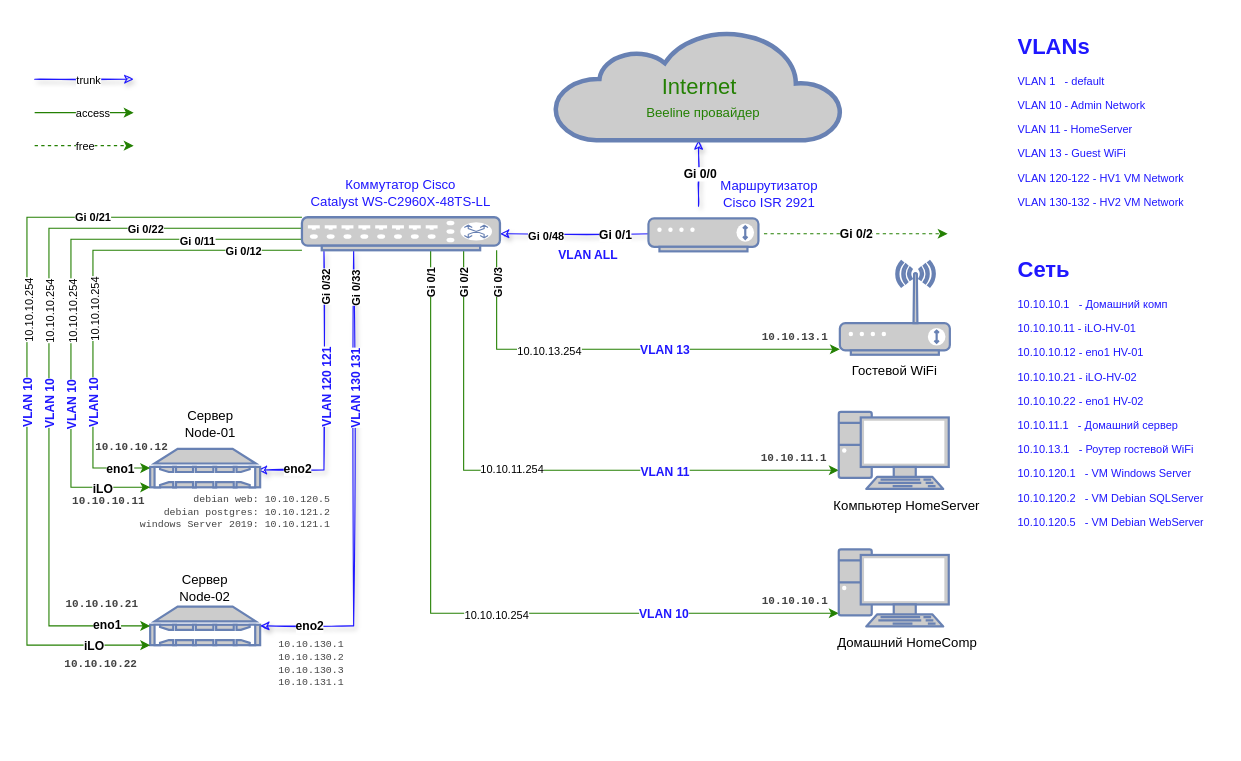
Earlier version of the draw.io diagram data-center-network/DCNetwork.drawio (drakulitka/diagrams). Source tidied: cells renumbered, new cells numbered last; positions are measured from the earlier drawing's top-left corner, leaving out a move shared by most shapes. Both pictures are drawn from the tidied source at 110%, with x=0, y=0 at pixel (26, 30).
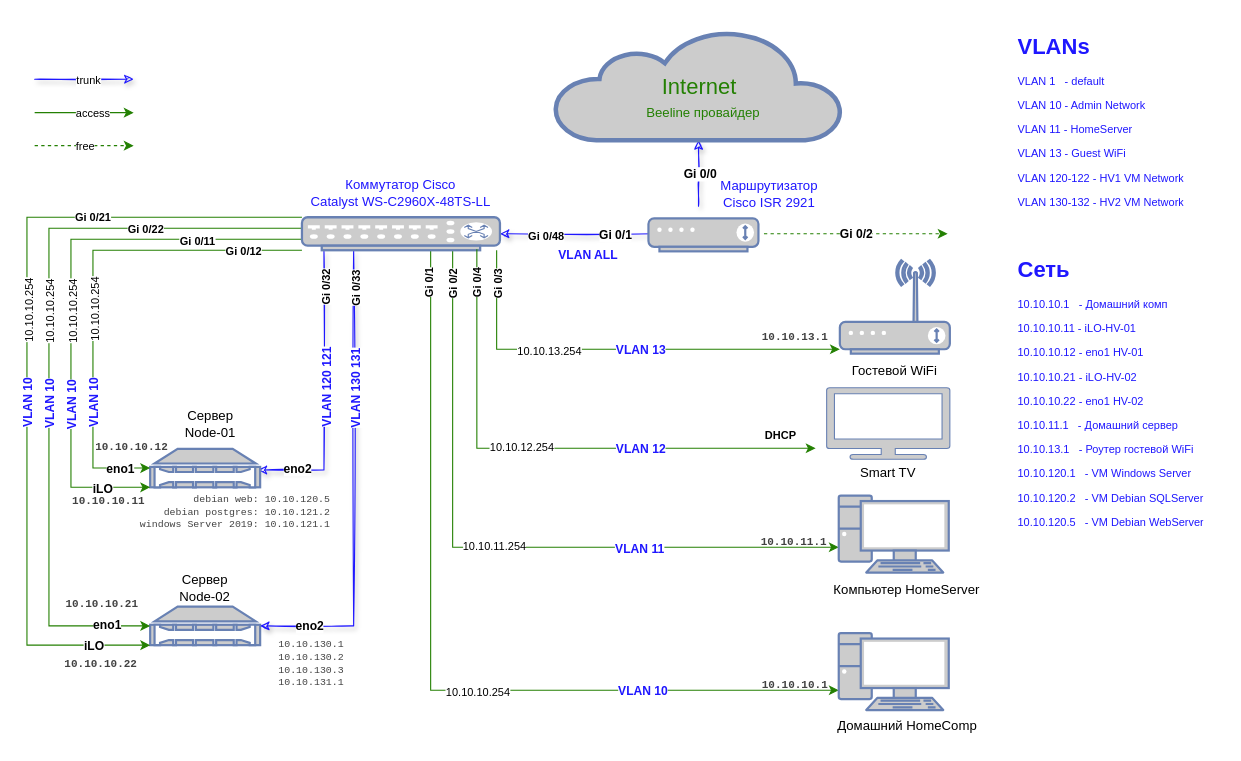
Above is the later version.

Commit message:
Add SmartTV VLAN

The change refers to these unchanged cells:
```xml
<mxCell id="8" style="edgeStyle=orthogonalEdgeStyle;rounded=0;jettySize=auto;html=1;strokeColor=#248003;" parent="1" edge="1" source="76" target="29">
  <mxGeometry relative="1" as="geometry">
    <Array as="points">
      <mxPoint x="427" y="290" />
    </Array>
  </mxGeometry>
</mxCell>
<mxCell id="76" style="fontColor=#0066CC;verticalAlign=top;verticalLabelPosition=bottom;labelPosition=center;align=center;html=1;outlineConnect=0;fillColor=#CCCCCC;strokeColor=#6881B3;gradientColor=none;gradientDirection=north;strokeWidth=2;shape=mxgraph.networks.switch;" parent="1" vertex="1">
  <mxGeometry x="250" y="170" width="180" height="30" as="geometry" />
</mxCell>
```

What changed in the source:
```diff
@@
     <mxCell id="9" value="&lt;font style=&quot;font-size: 10px&quot;&gt;Gi 0/3&lt;/font&gt;" style="edgeLabel;html=1;align=center;verticalAlign=middle;fontStyle=1;horizontal=0;" parent="8" vertex="1">
       <mxGeometry x="-0.14" y="-2" relative="1" as="geometry">
-        <mxPoint x="-83" y="-61" as="offset" />
+        <mxPoint x="-83" y="-60" as="offset" />
       </mxGeometry>
     </mxCell>
     <mxCell id="10" value="VLAN 13" style="edgeLabel;html=1;align=center;verticalAlign=middle;fontSize=11;fontColor=#1F17FF;fontStyle=1;" parent="8" vertex="1">
       <mxGeometry x="0.32" y="-1" relative="1" as="geometry">
-        <mxPoint x="-23" y="-1" as="offset" />
+        <mxPoint x="-45" y="-1" as="offset" />
       </mxGeometry>
     </mxCell>
@@
     <mxCell id="13" style="edgeStyle=orthogonalEdgeStyle;rounded=0;jettySize=auto;html=1;strokeColor=#248003;" parent="1" edge="1" source="76" target="27">
       <mxGeometry relative="1" as="geometry">
         <Array as="points">
-          <mxPoint x="397" y="400" />
+          <mxPoint x="387" y="470" />
         </Array>
       </mxGeometry>
     </mxCell>
     <mxCell id="14" value="&lt;font style=&quot;font-size: 10px&quot;&gt;Gi 0/2&lt;/font&gt;" style="edgeLabel;html=1;align=center;verticalAlign=middle;fontStyle=1;horizontal=0;" parent="13" vertex="1">
       <mxGeometry y="2" relative="1" as="geometry">
-        <mxPoint x="-72" y="-167" as="offset" />
+        <mxPoint x="-42" y="-236" as="offset" />
       </mxGeometry>
     </mxCell>
@@
     <mxCell id="16" value="10.10.11.254" style="edgeLabel;html=1;align=center;verticalAlign=middle;fontSize=10;" parent="13" vertex="1">
-      <mxGeometry x="-0.1" y="2" relative="1" as="geometry" />
+      <mxGeometry x="-0.1" y="2" relative="1" as="geometry">
+        <mxPoint x="28" as="offset" />
+      </mxGeometry>
     </mxCell>
     <mxCell id="17" style="edgeStyle=orthogonalEdgeStyle;rounded=0;jettySize=auto;html=1;strokeColor=#248003;" parent="1" edge="1" source="76" target="28">
       <mxGeometry relative="1" as="geometry">
         <Array as="points">
-          <mxPoint x="367" y="530" />
+          <mxPoint x="367" y="600" />
         </Array>
       </mxGeometry>
     </mxCell>
     <mxCell id="18" value="&lt;font style=&quot;font-size: 10px&quot;&gt;Gi 0/1&lt;/font&gt;" style="edgeLabel;html=1;align=center;verticalAlign=middle;fontStyle=1;horizontal=0;" parent="17" vertex="1">
       <mxGeometry x="0.08" y="1" relative="1" as="geometry">
-        <mxPoint x="-50" y="-298" as="offset" />
+        <mxPoint x="-18" y="-368" as="offset" />
       </mxGeometry>
     </mxCell>
     <mxCell id="19" value="VLAN 10" style="edgeLabel;html=1;align=center;verticalAlign=middle;fontSize=11;fontColor=#1F17FF;fontStyle=1;" parent="17" vertex="1">
       <mxGeometry x="0.57" relative="1" as="geometry">
-        <mxPoint x="-9" as="offset" />
+        <mxPoint x="-13" as="offset" />
       </mxGeometry>
     </mxCell>
     <mxCell id="20" value="10.10.10.254" style="edgeLabel;html=1;align=center;verticalAlign=middle;fontSize=10;" parent="17" vertex="1">
-      <mxGeometry x="0.11" y="-1" relative="1" as="geometry" />
+      <mxGeometry x="0.11" y="-1" relative="1" as="geometry">
+        <mxPoint x="14" as="offset" />
+      </mxGeometry>
     </mxCell>
@@
     <mxCell id="27" style="fontColor=#0066CC;verticalAlign=top;verticalLabelPosition=bottom;labelPosition=center;align=center;html=1;outlineConnect=0;fillColor=#CCCCCC;strokeColor=#6881B3;gradientColor=none;gradientDirection=north;strokeWidth=2;shape=mxgraph.networks.pc;" parent="1" vertex="1">
-      <mxGeometry x="738" y="347" width="100" height="70" as="geometry" />
+      <mxGeometry x="738" y="423" width="100" height="70" as="geometry" />
     </mxCell>
     <mxCell id="28" style="fontColor=#0066CC;verticalAlign=top;verticalLabelPosition=bottom;labelPosition=center;align=center;html=1;outlineConnect=0;fillColor=#CCCCCC;strokeColor=#6881B3;gradientColor=none;gradientDirection=north;strokeWidth=2;shape=mxgraph.networks.pc;" parent="1" vertex="1">
-      <mxGeometry x="738" y="472" width="100" height="70" as="geometry" />
+      <mxGeometry x="738" y="548" width="100" height="70" as="geometry" />
     </mxCell>
     <mxCell id="29" style="fontColor=#0066CC;verticalAlign=top;verticalLabelPosition=bottom;labelPosition=center;align=center;html=1;outlineConnect=0;fillColor=#CCCCCC;strokeColor=#6881B3;gradientColor=none;gradientDirection=north;strokeWidth=2;shape=mxgraph.networks.wireless_modem;" parent="1" vertex="1">
-      <mxGeometry x="739" y="210" width="100" height="85" as="geometry" />
+      <mxGeometry x="739" y="209" width="100" height="85" as="geometry" />
     </mxCell>
@@
     <mxCell id="32" value="Домашний HomeComp" style="text;html=1;strokeColor=none;fillColor=none;align=center;verticalAlign=middle;whiteSpace=wrap;rounded=0;" parent="1" vertex="1">
-      <mxGeometry x="729" y="542" width="143" height="30" as="geometry" />
+      <mxGeometry x="729" y="618" width="143" height="30" as="geometry" />
     </mxCell>
     <mxCell id="33" value="&lt;div&gt;Компьютер HomeServer&lt;/div&gt;" style="text;html=1;strokeColor=none;fillColor=none;align=center;verticalAlign=middle;whiteSpace=wrap;rounded=0;" parent="1" vertex="1">
-      <mxGeometry x="715" y="418" width="170" height="30" as="geometry" />
+      <mxGeometry x="715" y="494" width="170" height="30" as="geometry" />
     </mxCell>
@@
     <mxCell id="35" value="&lt;div style=&quot;font-size: 10px;&quot;&gt;&lt;font style=&quot;font-size: 10px;&quot;&gt;&lt;span style=&quot;font-family: &amp;quot;source code pro&amp;quot;, monospace; color: rgb(66, 66, 66); background-color: transparent; font-style: normal; font-variant: normal; text-decoration: none; vertical-align: baseline; font-size: 10px;&quot; id=&quot;docs-internal-guid-bd31c3f7-7fff-add3-67a0-b06b6ec8103c&quot;&gt;&lt;/span&gt;&lt;span style=&quot;font-family: &amp;quot;source code pro&amp;quot;, monospace; color: rgb(66, 66, 66); background-color: transparent; font-style: normal; font-variant: normal; text-decoration: none; vertical-align: baseline; font-size: 10px;&quot; id=&quot;docs-internal-guid-bd31c3f7-7fff-add3-67a0-b06b6ec8103c&quot;&gt;10.10.10.1&lt;/span&gt;&lt;/font&gt;&lt;/div&gt;" style="text;html=1;align=center;verticalAlign=middle;strokeColor=none;fillColor=none;fontSize=10;fontStyle=1;" parent="1" vertex="1">
-      <mxGeometry x="658" y="509" width="80" height="20" as="geometry" />
+      <mxGeometry x="658" y="585" width="80" height="20" as="geometry" />
     </mxCell>
@@
     <mxCell id="37" value="&lt;div style=&quot;font-size: 10px;&quot;&gt;&lt;font style=&quot;font-size: 10px;&quot;&gt;&lt;span style=&quot;font-family: &amp;quot;source code pro&amp;quot;, monospace; color: rgb(66, 66, 66); background-color: transparent; font-style: normal; font-variant: normal; text-decoration: none; vertical-align: baseline; font-size: 10px;&quot; id=&quot;docs-internal-guid-bd31c3f7-7fff-add3-67a0-b06b6ec8103c&quot;&gt;&lt;/span&gt;&lt;span style=&quot;font-family: &amp;quot;source code pro&amp;quot;, monospace; color: rgb(66, 66, 66); background-color: transparent; font-style: normal; font-variant: normal; text-decoration: none; vertical-align: baseline; font-size: 10px;&quot; id=&quot;docs-internal-guid-bd31c3f7-7fff-add3-67a0-b06b6ec8103c&quot;&gt;10.10.11.1&lt;/span&gt;&lt;/font&gt;&lt;/div&gt;" style="text;html=1;align=center;verticalAlign=middle;strokeColor=none;fillColor=none;fontSize=10;fontStyle=1;" parent="1" vertex="1">
-      <mxGeometry x="657" y="379" width="80" height="20" as="geometry" />
+      <mxGeometry x="657" y="455" width="80" height="20" as="geometry" />
     </mxCell>
@@
+    <mxCell id="83" style="edgeStyle=orthogonalEdgeStyle;rounded=0;orthogonalLoop=1;jettySize=auto;html=1;strokeColor=#248003;" parent="1" edge="1">
+      <mxGeometry relative="1" as="geometry">
+        <mxPoint x="409" y="199" as="sourcePoint" />
+        <mxPoint x="717" y="380" as="targetPoint" />
+        <Array as="points">
+          <mxPoint x="409" y="380" />
+        </Array>
+      </mxGeometry>
+    </mxCell>
+    <mxCell id="84" value="&lt;div&gt;&lt;font style=&quot;font-size: 10px&quot;&gt;Gi 0/4&lt;/font&gt;&lt;/div&gt;" style="edgeLabel;html=1;align=center;verticalAlign=middle;fontStyle=1;horizontal=0;" parent="83" vertex="1">
+      <mxGeometry y="2" relative="1" as="geometry">
+        <mxPoint x="-65" y="-147" as="offset" />
+      </mxGeometry>
+    </mxCell>
+    <mxCell id="85" value="VLAN 12" style="edgeLabel;html=1;align=center;verticalAlign=middle;fontSize=11;fontColor=#1F17FF;fontStyle=1;" parent="83" vertex="1">
+      <mxGeometry x="0.44" y="-3" relative="1" as="geometry">
+        <mxPoint x="-23" y="-3" as="offset" />
+      </mxGeometry>
+    </mxCell>
+    <mxCell id="86" value="10.10.12.254" style="edgeLabel;html=1;align=center;verticalAlign=middle;fontSize=10;" parent="83" vertex="1">
+      <mxGeometry x="-0.1" y="2" relative="1" as="geometry">
+        <mxPoint x="1" as="offset" />
+      </mxGeometry>
+    </mxCell>
+    <mxCell id="87" style="sketch=0;shadow=0;dashed=0;html=1;strokeColor=#6881B3;fillColor=#ccc;labelPosition=center;verticalLabelPosition=bottom;verticalAlign=top;align=center;shape=mxgraph.office.devices.tv;gradientColor=none;" parent="1" vertex="1">
+      <mxGeometry x="727" y="325" width="112" height="65" as="geometry" />
+    </mxCell>
+    <mxCell id="88" value="Smart TV" style="text;html=1;strokeColor=none;fillColor=none;align=center;verticalAlign=middle;whiteSpace=wrap;rounded=0;" parent="1" vertex="1">
+      <mxGeometry x="723" y="388" width="120" height="30" as="geometry" />
+    </mxCell>
+    <mxCell id="89" value="DHCP" style="text;html=1;align=center;verticalAlign=middle;strokeColor=none;fillColor=none;fontSize=10;fontStyle=1;" parent="1" vertex="1">
+      <mxGeometry x="665" y="357.5" width="40" height="20" as="geometry" />
+    </mxCell>
```
